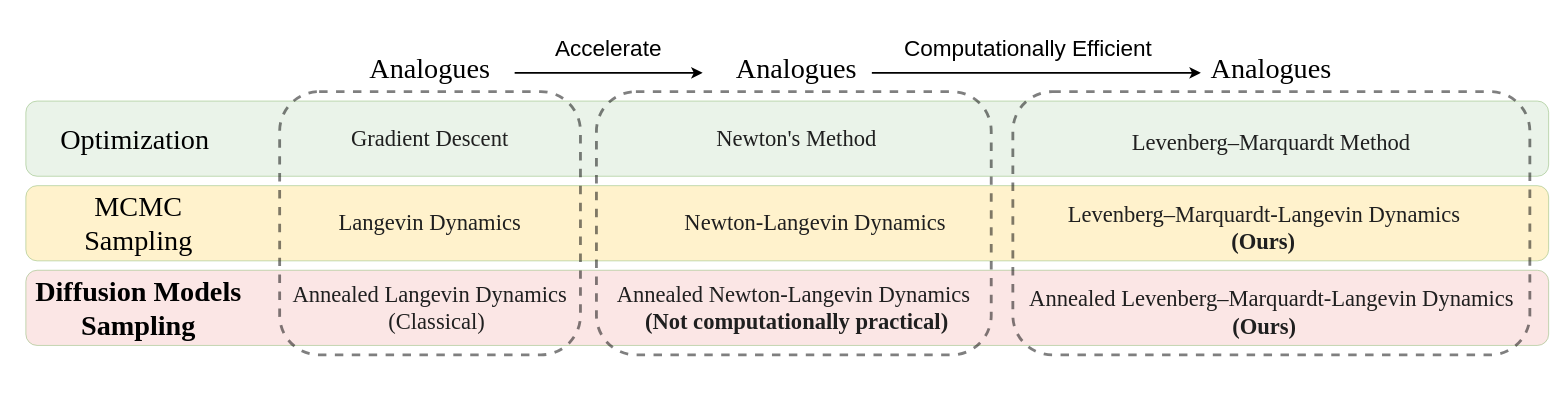
Above: newton_algos.drawio in zituitui/drawio (draw.io), before the change. Source tidied: cells renumbered, new cells numbered last; positions are measured from the earlier drawing's top-left corner, leaving out a move shared by most shapes. Both pictures are drawn from the tidied source at 94%, with x=0, y=0 at pixel (25, 16).
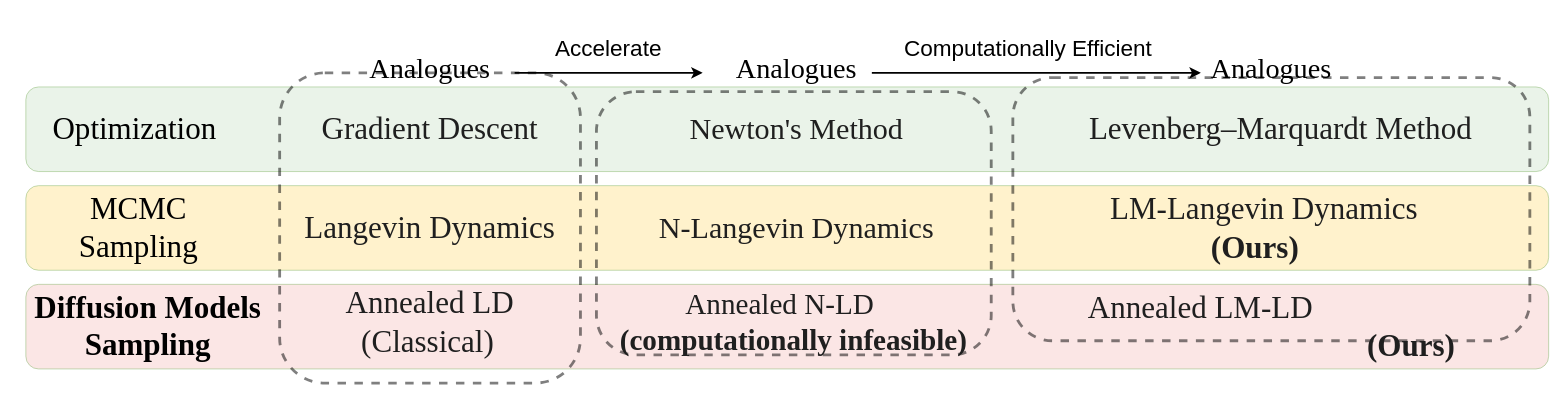
Above is the later version.

Change to the diagram source:
```diff
@@
     <mxCell id="2" style="rounded=1;whiteSpace=wrap;html=1;fillColor=#d5e8d4;strokeColor=#82b366;opacity=50;" parent="1" vertex="1">
-      <mxGeometry y="90" width="1620" height="80" as="geometry" />
+      <mxGeometry y="75" width="1620" height="90" as="geometry" />
     </mxCell>
     <mxCell id="3" style="rounded=1;whiteSpace=wrap;html=1;fillColor=#FFE599;strokeColor=#82b366;opacity=50;" parent="1" vertex="1">
-      <mxGeometry y="180" width="1620" height="80" as="geometry" />
+      <mxGeometry y="180" width="1620" height="90" as="geometry" />
     </mxCell>
     <mxCell id="4" style="rounded=1;whiteSpace=wrap;html=1;fillColor=#F8CECC;strokeColor=#82b366;opacity=50;" parent="1" vertex="1">
-      <mxGeometry y="270" width="1620" height="80" as="geometry" />
+      <mxGeometry y="285" width="1620" height="90" as="geometry" />
     </mxCell>
     <mxCell id="5" style="rounded=1;whiteSpace=wrap;html=1;fillColor=none;strokeColor=#000000;opacity=50;dashed=1;strokeWidth=3;" parent="1" vertex="1">
-      <mxGeometry x="270" y="80" width="320" height="280" as="geometry" />
+      <mxGeometry x="270" y="60" width="320" height="330" as="geometry" />
     </mxCell>
-    <mxCell id="6" value="&lt;font face=&quot;Times New Roman&quot; style=&quot;font-size: 30px;&quot;&gt;Optimization&amp;nbsp;&lt;/font&gt;" style="text;html=1;align=center;verticalAlign=middle;whiteSpace=wrap;rounded=0;" parent="1" vertex="1">
-      <mxGeometry x="90" y="95" width="60" height="70" as="geometry" />
+    <mxCell id="6" value="&lt;font face=&quot;Times New Roman&quot; style=&quot;font-size: 33px;&quot;&gt;Optimization&amp;nbsp;&lt;/font&gt;" style="text;html=1;align=center;verticalAlign=middle;whiteSpace=wrap;rounded=0;" parent="1" vertex="1">
+      <mxGeometry x="90" y="85" width="60" height="70" as="geometry" />
     </mxCell>
-    <mxCell id="7" value="&lt;font face=&quot;Times New Roman&quot; style=&quot;font-size: 30px;&quot;&gt;MCMC Sampling&lt;/font&gt;" style="text;html=1;align=center;verticalAlign=middle;whiteSpace=wrap;rounded=0;" parent="1" vertex="1">
-      <mxGeometry x="90" y="205" width="60" height="30" as="geometry" />
+    <mxCell id="7" value="&lt;font face=&quot;Times New Roman&quot; style=&quot;font-size: 33px;&quot;&gt;MCMC Sampling&lt;/font&gt;" style="text;html=1;align=center;verticalAlign=middle;whiteSpace=wrap;rounded=0;" parent="1" vertex="1">
+      <mxGeometry x="90" y="210" width="60" height="30" as="geometry" />
     </mxCell>
-    <mxCell id="8" value="&lt;font face=&quot;Times New Roman&quot; style=&quot;font-size: 30px;&quot;&gt;&lt;b&gt;Diffusion Models Sampling&lt;/b&gt;&lt;/font&gt;" style="text;html=1;align=center;verticalAlign=middle;whiteSpace=wrap;rounded=0;" parent="1" vertex="1">
-      <mxGeometry y="295" width="240" height="30" as="geometry" />
+    <mxCell id="8" value="&lt;font size=&quot;1&quot; face=&quot;Times New Roman&quot; style=&quot;&quot;&gt;&lt;b style=&quot;font-size: 33px;&quot;&gt;Diffusion Models Sampling&lt;/b&gt;&lt;/font&gt;" style="text;html=1;align=center;verticalAlign=middle;whiteSpace=wrap;rounded=0;" parent="1" vertex="1">
+      <mxGeometry x="-10" y="315" width="280" height="30" as="geometry" />
     </mxCell>
-    <mxCell id="9" value="&lt;span style=&quot;color: rgb(31, 31, 31); font-family: &amp;quot;Times New Roman&amp;quot;; text-align: left;&quot;&gt;&lt;font style=&quot;font-size: 24px;&quot;&gt;Gradient Descent&lt;/font&gt;&lt;/span&gt;" style="rounded=1;whiteSpace=wrap;html=1;fillColor=none;strokeColor=none;opacity=30;gradientColor=none;" parent="1" vertex="1">
-      <mxGeometry x="280" y="75" width="300" height="110" as="geometry" />
+    <mxCell id="9" value="&lt;span style=&quot;color: rgb(31, 31, 31); font-family: &amp;quot;Times New Roman&amp;quot;; text-align: left;&quot;&gt;&lt;font style=&quot;font-size: 33px;&quot;&gt;Gradient Descent&lt;/font&gt;&lt;/span&gt;" style="rounded=1;whiteSpace=wrap;html=1;fillColor=none;strokeColor=none;opacity=30;gradientColor=none;" parent="1" vertex="1">
+      <mxGeometry x="280" y="65" width="300" height="110" as="geometry" />
     </mxCell>
-    <mxCell id="10" value="&lt;div style=&quot;text-align: left;&quot;&gt;&lt;span style=&quot;background-color: initial;&quot;&gt;&lt;font style=&quot;font-size: 24px;&quot; face=&quot;Times New Roman&quot; color=&quot;#1f1f1f&quot;&gt;Langevin Dynamics&lt;/font&gt;&lt;/span&gt;&lt;/div&gt;" style="rounded=1;whiteSpace=wrap;html=1;fillColor=none;strokeColor=none;opacity=30;gradientColor=none;" parent="1" vertex="1">
-      <mxGeometry x="280" y="165" width="300" height="110" as="geometry" />
+    <mxCell id="10" value="&lt;div style=&quot;text-align: left;&quot;&gt;&lt;span style=&quot;background-color: initial;&quot;&gt;&lt;font style=&quot;font-size: 33px;&quot; face=&quot;Times New Roman&quot; color=&quot;#1f1f1f&quot;&gt;Langevin Dynamics&lt;/font&gt;&lt;/span&gt;&lt;/div&gt;" style="rounded=1;whiteSpace=wrap;html=1;fillColor=none;strokeColor=none;opacity=30;gradientColor=none;" parent="1" vertex="1">
+      <mxGeometry x="280" y="170" width="300" height="110" as="geometry" />
     </mxCell>
-    <mxCell id="11" value="&lt;div style=&quot;text-align: left;&quot;&gt;&lt;span style=&quot;background-color: initial;&quot;&gt;&lt;font style=&quot;font-size: 24px;&quot; face=&quot;Times New Roman&quot; color=&quot;#1f1f1f&quot;&gt;Annealed Langevin Dynamics&lt;/font&gt;&lt;/span&gt;&lt;/div&gt;&lt;div style=&quot;text-align: left;&quot;&gt;&lt;span style=&quot;background-color: initial;&quot;&gt;&lt;font style=&quot;font-size: 24px;&quot; face=&quot;Times New Roman&quot; color=&quot;#1f1f1f&quot;&gt;&amp;nbsp; &amp;nbsp; &amp;nbsp; &amp;nbsp; &amp;nbsp; &amp;nbsp; &amp;nbsp; &amp;nbsp; &amp;nbsp;(Classical)&lt;/font&gt;&lt;/span&gt;&lt;/div&gt;" style="rounded=1;whiteSpace=wrap;html=1;fillColor=none;strokeColor=none;opacity=30;gradientColor=none;" parent="1" vertex="1">
-      <mxGeometry x="280" y="255" width="300" height="110" as="geometry" />
+    <mxCell id="11" value="&lt;div style=&quot;text-align: left; font-size: 33px;&quot;&gt;&lt;span style=&quot;background-color: initial;&quot;&gt;&lt;font style=&quot;font-size: 33px;&quot; face=&quot;Times New Roman&quot; color=&quot;#1f1f1f&quot;&gt;Annealed LD&lt;/font&gt;&lt;/span&gt;&lt;/div&gt;&lt;div style=&quot;text-align: left; font-size: 33px;&quot;&gt;&lt;span style=&quot;background-color: initial;&quot;&gt;&lt;font style=&quot;font-size: 33px;&quot; face=&quot;Times New Roman&quot; color=&quot;#1f1f1f&quot;&gt;&amp;nbsp; (Classical)&lt;/font&gt;&lt;/span&gt;&lt;/div&gt;" style="rounded=1;whiteSpace=wrap;html=1;fillColor=none;strokeColor=none;opacity=30;gradientColor=none;" parent="1" vertex="1">
+      <mxGeometry x="280" y="270" width="300" height="110" as="geometry" />
     </mxCell>
@@
-    <mxCell id="13" value="&lt;span style=&quot;color: rgb(31, 31, 31); font-family: &amp;quot;Times New Roman&amp;quot;; text-align: left;&quot;&gt;&lt;font style=&quot;font-size: 24px;&quot;&gt;Newton's Method&lt;/font&gt;&lt;/span&gt;" style="rounded=1;whiteSpace=wrap;html=1;fillColor=none;strokeColor=none;opacity=30;gradientColor=none;" parent="1" vertex="1">
-      <mxGeometry x="670" y="75" width="300" height="110" as="geometry" />
+    <mxCell id="13" value="&lt;span style=&quot;color: rgb(31, 31, 31); font-family: &amp;quot;Times New Roman&amp;quot;; text-align: left;&quot;&gt;&lt;font style=&quot;font-size: 32px;&quot;&gt;Newton's Method&lt;/font&gt;&lt;/span&gt;" style="rounded=1;whiteSpace=wrap;html=1;fillColor=none;strokeColor=none;opacity=30;gradientColor=none;" parent="1" vertex="1">
+      <mxGeometry x="670" y="65" width="300" height="110" as="geometry" />
     </mxCell>
-    <mxCell id="14" value="&lt;div style=&quot;text-align: left;&quot;&gt;&lt;span style=&quot;background-color: initial;&quot;&gt;&lt;font style=&quot;font-size: 24px;&quot; face=&quot;Times New Roman&quot; color=&quot;#1f1f1f&quot;&gt;Newton-Langevin Dynamics&lt;/font&gt;&lt;/span&gt;&lt;/div&gt;" style="rounded=1;whiteSpace=wrap;html=1;fillColor=none;strokeColor=none;opacity=30;gradientColor=none;" parent="1" vertex="1">
-      <mxGeometry x="660" y="165" width="360" height="110" as="geometry" />
+    <mxCell id="14" value="&lt;div style=&quot;text-align: left;&quot;&gt;&lt;span style=&quot;background-color: initial;&quot;&gt;&lt;font style=&quot;font-size: 32px;&quot; face=&quot;Times New Roman&quot; color=&quot;#1f1f1f&quot;&gt;N-Langevin Dynamics&lt;/font&gt;&lt;/span&gt;&lt;/div&gt;" style="rounded=1;whiteSpace=wrap;html=1;fillColor=none;strokeColor=none;opacity=30;gradientColor=none;" parent="1" vertex="1">
+      <mxGeometry x="640" y="170" width="360" height="110" as="geometry" />
     </mxCell>
-    <mxCell id="15" value="&lt;div style=&quot;text-align: left;&quot;&gt;&lt;span style=&quot;color: rgb(31, 31, 31); font-family: &amp;quot;Times New Roman&amp;quot;; font-size: 24px;&quot;&gt;Annealed Newton-Langevin Dynamics&lt;/span&gt;&lt;br&gt;&lt;/div&gt;&lt;div style=&quot;text-align: left;&quot;&gt;&lt;span style=&quot;color: rgb(31, 31, 31); font-family: &amp;quot;Times New Roman&amp;quot;; font-size: 24px;&quot;&gt;&amp;nbsp; &amp;nbsp; &amp;nbsp;&lt;b&gt;(Not computationally practical)&lt;/b&gt;&lt;/span&gt;&lt;/div&gt;" style="rounded=1;whiteSpace=wrap;html=1;fillColor=none;strokeColor=none;opacity=30;gradientColor=none;" parent="1" vertex="1">
-      <mxGeometry x="627" y="255" width="380" height="110" as="geometry" />
+    <mxCell id="15" value="&lt;div style=&quot;text-align: left; font-size: 31px;&quot;&gt;&lt;font style=&quot;font-size: 31px;&quot;&gt;&lt;span style=&quot;color: rgb(31, 31, 31); font-family: &amp;quot;Times New Roman&amp;quot;;&quot;&gt;&amp;nbsp; &amp;nbsp; &amp;nbsp; &amp;nbsp; &amp;nbsp;Annealed N-LD&lt;/span&gt;&lt;br&gt;&lt;/font&gt;&lt;/div&gt;&lt;div style=&quot;text-align: left; font-size: 31px;&quot;&gt;&lt;span style=&quot;color: rgb(31, 31, 31); font-family: &amp;quot;Times New Roman&amp;quot;;&quot;&gt;&lt;b style=&quot;&quot;&gt;&lt;font style=&quot;font-size: 31px;&quot;&gt;(computationally infeasible)&lt;/font&gt;&lt;/b&gt;&lt;/span&gt;&lt;/div&gt;" style="rounded=1;whiteSpace=wrap;html=1;fillColor=none;strokeColor=none;opacity=30;gradientColor=none;" parent="1" vertex="1">
+      <mxGeometry x="627" y="270" width="380" height="110" as="geometry" />
     </mxCell>
@@
     <mxCell id="18" style="rounded=1;whiteSpace=wrap;html=1;fillColor=none;strokeColor=#000000;opacity=50;dashed=1;strokeWidth=3;" parent="1" vertex="1">
-      <mxGeometry x="1050" y="80" width="550" height="280" as="geometry" />
+      <mxGeometry x="1050" y="65" width="550" height="280" as="geometry" />
     </mxCell>
-    <mxCell id="19" value="&lt;span style=&quot;text-align: left;&quot;&gt;&lt;font style=&quot;&quot;&gt;&lt;font face=&quot;Times New Roman&quot; color=&quot;#1f1f1f&quot;&gt;&lt;span style=&quot;font-size: 24px;&quot;&gt;Levenberg–Marquardt&amp;nbsp;Method&lt;/span&gt;&lt;/font&gt;&lt;/font&gt;&lt;/span&gt;" style="rounded=1;whiteSpace=wrap;html=1;fillColor=none;strokeColor=none;opacity=30;gradientColor=none;" parent="1" vertex="1">
-      <mxGeometry x="1160" y="80" width="330" height="110" as="geometry" />
+    <mxCell id="19" value="&lt;span style=&quot;text-align: left;&quot;&gt;&lt;font style=&quot;&quot;&gt;&lt;font style=&quot;font-size: 33px;&quot; face=&quot;Times New Roman&quot; color=&quot;#1f1f1f&quot;&gt;Levenberg–Marquardt&amp;nbsp;Method&lt;/font&gt;&lt;/font&gt;&lt;/span&gt;" style="rounded=1;whiteSpace=wrap;html=1;fillColor=none;strokeColor=none;opacity=30;gradientColor=none;" parent="1" vertex="1">
+      <mxGeometry x="1110" y="65" width="450" height="110" as="geometry" />
     </mxCell>
-    <mxCell id="20" value="&lt;div style=&quot;text-align: left;&quot;&gt;&lt;span style=&quot;color: rgb(31, 31, 31); font-family: &amp;quot;Times New Roman&amp;quot;; font-size: 24px; background-color: initial;&quot;&gt;Levenberg–Marquardt&lt;/span&gt;&lt;span style=&quot;background-color: initial;&quot;&gt;&lt;font style=&quot;font-size: 24px;&quot; face=&quot;Times New Roman&quot; color=&quot;#1f1f1f&quot;&gt;-Langevin Dynamics&lt;/font&gt;&lt;/span&gt;&lt;/div&gt;&lt;div style=&quot;text-align: left;&quot;&gt;&lt;span style=&quot;background-color: initial;&quot;&gt;&lt;font style=&quot;font-size: 24px;&quot; face=&quot;Times New Roman&quot; color=&quot;#1f1f1f&quot;&gt;&amp;nbsp; &amp;nbsp; &amp;nbsp; &amp;nbsp; &amp;nbsp; &amp;nbsp; &amp;nbsp; &amp;nbsp; &amp;nbsp; &amp;nbsp; &amp;nbsp; &amp;nbsp; &amp;nbsp; &amp;nbsp; &amp;nbsp;&lt;b&gt;(Ours)&lt;/b&gt;&lt;/font&gt;&lt;/span&gt;&lt;/div&gt;" style="rounded=1;whiteSpace=wrap;html=1;fillColor=none;strokeColor=none;opacity=30;gradientColor=none;" parent="1" vertex="1">
+    <mxCell id="20" value="&lt;div style=&quot;text-align: left; font-size: 33px;&quot;&gt;&lt;font style=&quot;font-size: 33px;&quot;&gt;&lt;span style=&quot;color: rgb(31, 31, 31); font-family: &amp;quot;Times New Roman&amp;quot;; background-color: initial;&quot;&gt;LM&lt;/span&gt;&lt;span style=&quot;background-color: initial;&quot;&gt;&lt;font style=&quot;font-size: 33px;&quot; face=&quot;Times New Roman&quot; color=&quot;#1f1f1f&quot;&gt;-Langevin Dynamics&lt;/font&gt;&lt;/span&gt;&lt;/font&gt;&lt;/div&gt;&lt;div style=&quot;text-align: left; font-size: 33px;&quot;&gt;&lt;span style=&quot;background-color: initial;&quot;&gt;&lt;font style=&quot;font-size: 33px;&quot; face=&quot;Times New Roman&quot; color=&quot;#1f1f1f&quot;&gt;&amp;nbsp; &amp;nbsp; &amp;nbsp; &amp;nbsp; &amp;nbsp; &amp;nbsp; &amp;nbsp;&lt;b style=&quot;&quot;&gt;(Ours)&lt;/b&gt;&lt;/font&gt;&lt;/span&gt;&lt;/div&gt;" style="rounded=1;whiteSpace=wrap;html=1;fillColor=none;strokeColor=none;opacity=30;gradientColor=none;" parent="1" vertex="1">
       <mxGeometry x="1105" y="170" width="425" height="110" as="geometry" />
     </mxCell>
-    <mxCell id="21" value="&lt;div style=&quot;text-align: left;&quot;&gt;&lt;span style=&quot;color: rgb(31, 31, 31); font-family: &amp;quot;Times New Roman&amp;quot;; font-size: 24px;&quot;&gt;Annealed&amp;nbsp;&lt;/span&gt;&lt;span style=&quot;background-color: initial; color: rgb(31, 31, 31); font-family: &amp;quot;Times New Roman&amp;quot;; font-size: 24px;&quot;&gt;Levenberg–Marquardt&lt;/span&gt;&lt;span style=&quot;background-color: initial;&quot;&gt;&lt;font style=&quot;font-size: 24px;&quot; face=&quot;Times New Roman&quot; color=&quot;#1f1f1f&quot;&gt;-Langevin&lt;/font&gt;&lt;/span&gt;&lt;span style=&quot;color: rgb(31, 31, 31); font-family: &amp;quot;Times New Roman&amp;quot;; font-size: 24px;&quot;&gt;&amp;nbsp;Dynamics&lt;/span&gt;&lt;br&gt;&lt;/div&gt;&lt;div style=&quot;text-align: left;&quot;&gt;&lt;span style=&quot;color: rgb(31, 31, 31); font-family: &amp;quot;Times New Roman&amp;quot;; font-size: 24px;&quot;&gt;&amp;nbsp; &amp;nbsp; &amp;nbsp; &amp;nbsp; &amp;nbsp; &amp;nbsp; &amp;nbsp; &amp;nbsp; &amp;nbsp; &amp;nbsp; &amp;nbsp; &amp;nbsp; &amp;nbsp; &amp;nbsp; &amp;nbsp; &amp;nbsp; &amp;nbsp; &amp;nbsp; &lt;b&gt;(&lt;/b&gt;&lt;/span&gt;&lt;b&gt;&lt;span style=&quot;color: rgb(31, 31, 31); font-family: &amp;quot;Times New Roman&amp;quot;; font-size: 24px;&quot;&gt;Ours&lt;/span&gt;&lt;span style=&quot;color: rgb(31, 31, 31); font-family: &amp;quot;Times New Roman&amp;quot;; font-size: 24px;&quot;&gt;)&lt;/span&gt;&lt;/b&gt;&lt;/div&gt;" style="rounded=1;whiteSpace=wrap;html=1;fillColor=none;strokeColor=none;opacity=30;gradientColor=none;" parent="1" vertex="1">
-      <mxGeometry x="1057.5" y="260" width="535" height="110" as="geometry" />
+    <mxCell id="21" value="&lt;div style=&quot;text-align: left; font-size: 33px;&quot;&gt;&lt;font style=&quot;font-size: 33px;&quot;&gt;&lt;span style=&quot;color: rgb(31, 31, 31); font-family: &amp;quot;Times New Roman&amp;quot;;&quot;&gt;Annealed&amp;nbsp;&lt;/span&gt;&lt;span style=&quot;background-color: initial; color: rgb(31, 31, 31); font-family: &amp;quot;Times New Roman&amp;quot;;&quot;&gt;LM&lt;/span&gt;&lt;span style=&quot;background-color: initial;&quot;&gt;&lt;font style=&quot;font-size: 33px;&quot; face=&quot;Times New Roman&quot; color=&quot;#1f1f1f&quot;&gt;-LD&lt;/font&gt;&lt;/span&gt;&lt;br&gt;&lt;/font&gt;&lt;/div&gt;&lt;div style=&quot;text-align: left; font-size: 33px;&quot;&gt;&lt;font style=&quot;font-size: 33px;&quot;&gt;&lt;span style=&quot;color: rgb(31, 31, 31); font-family: &amp;quot;Times New Roman&amp;quot;;&quot;&gt;&amp;nbsp; &amp;nbsp; &amp;nbsp; &amp;nbsp; &amp;nbsp; &amp;nbsp; &amp;nbsp; &amp;nbsp; &amp;nbsp; &amp;nbsp; &amp;nbsp; &amp;nbsp; &amp;nbsp; &amp;nbsp; &amp;nbsp; &amp;nbsp; &amp;nbsp; &amp;nbsp; &lt;b&gt;(&lt;/b&gt;&lt;/span&gt;&lt;b&gt;&lt;span style=&quot;color: rgb(31, 31, 31); font-family: &amp;quot;Times New Roman&amp;quot;;&quot;&gt;Ours&lt;/span&gt;&lt;span style=&quot;color: rgb(31, 31, 31); font-family: &amp;quot;Times New Roman&amp;quot;;&quot;&gt;)&lt;/span&gt;&lt;/b&gt;&lt;/font&gt;&lt;/div&gt;" style="rounded=1;whiteSpace=wrap;html=1;fillColor=none;strokeColor=none;opacity=30;gradientColor=none;" parent="1" vertex="1">
+      <mxGeometry x="1057.5" y="275" width="535" height="110" as="geometry" />
     </mxCell>
```
